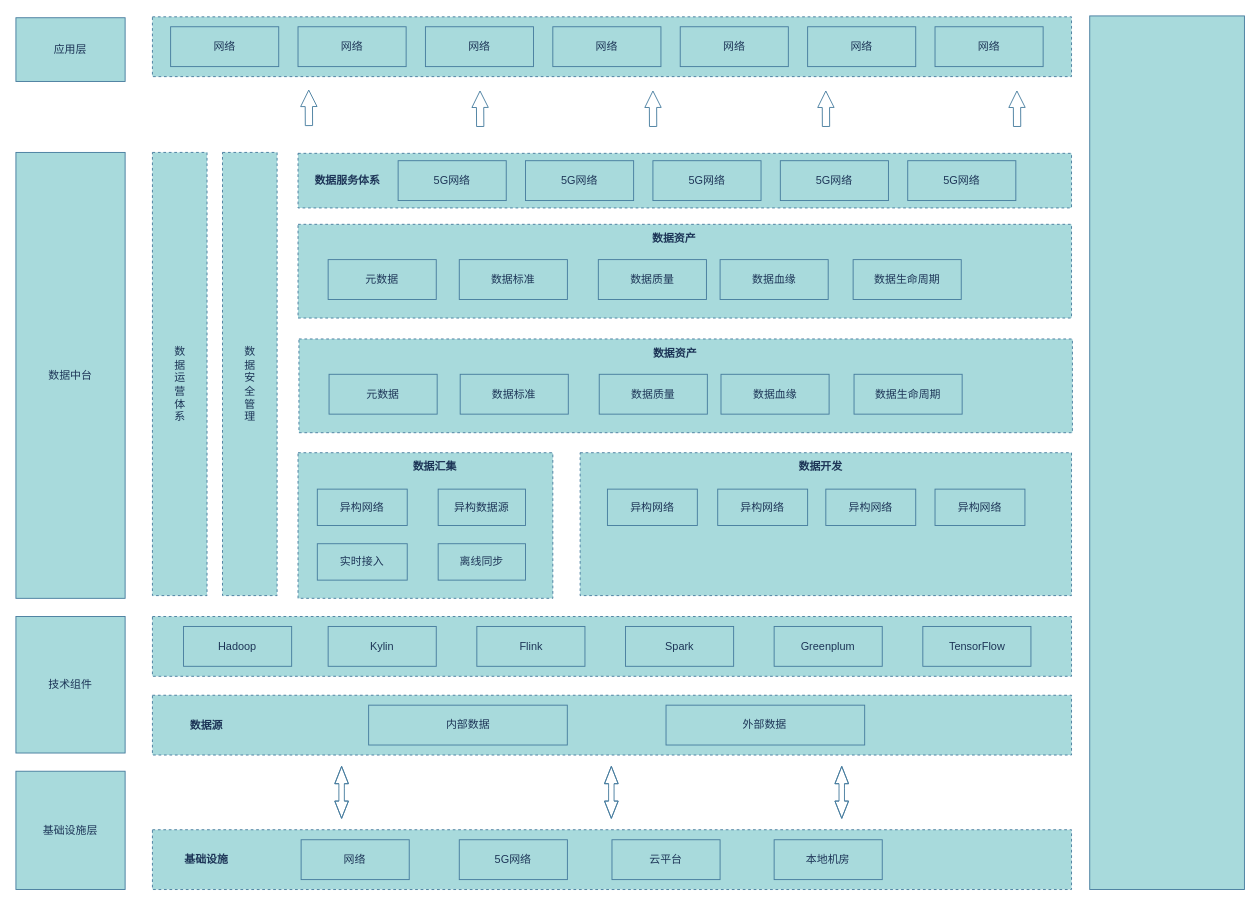
huyunzhen/diagrams keeps this draw.io diagram as page "数据中台技术架构图-1" (1 of 2) of 数据中台技术架构图.drawio. Above is the earlier version. Source tidied: cells renumbered, new cells numbered last; positions are measured from the earlier drawing's top-left corner, leaving out a move shared by most shapes. Both pictures are drawn from the tidied source at 91%, with x=0, y=0 at pixel (15, 15).
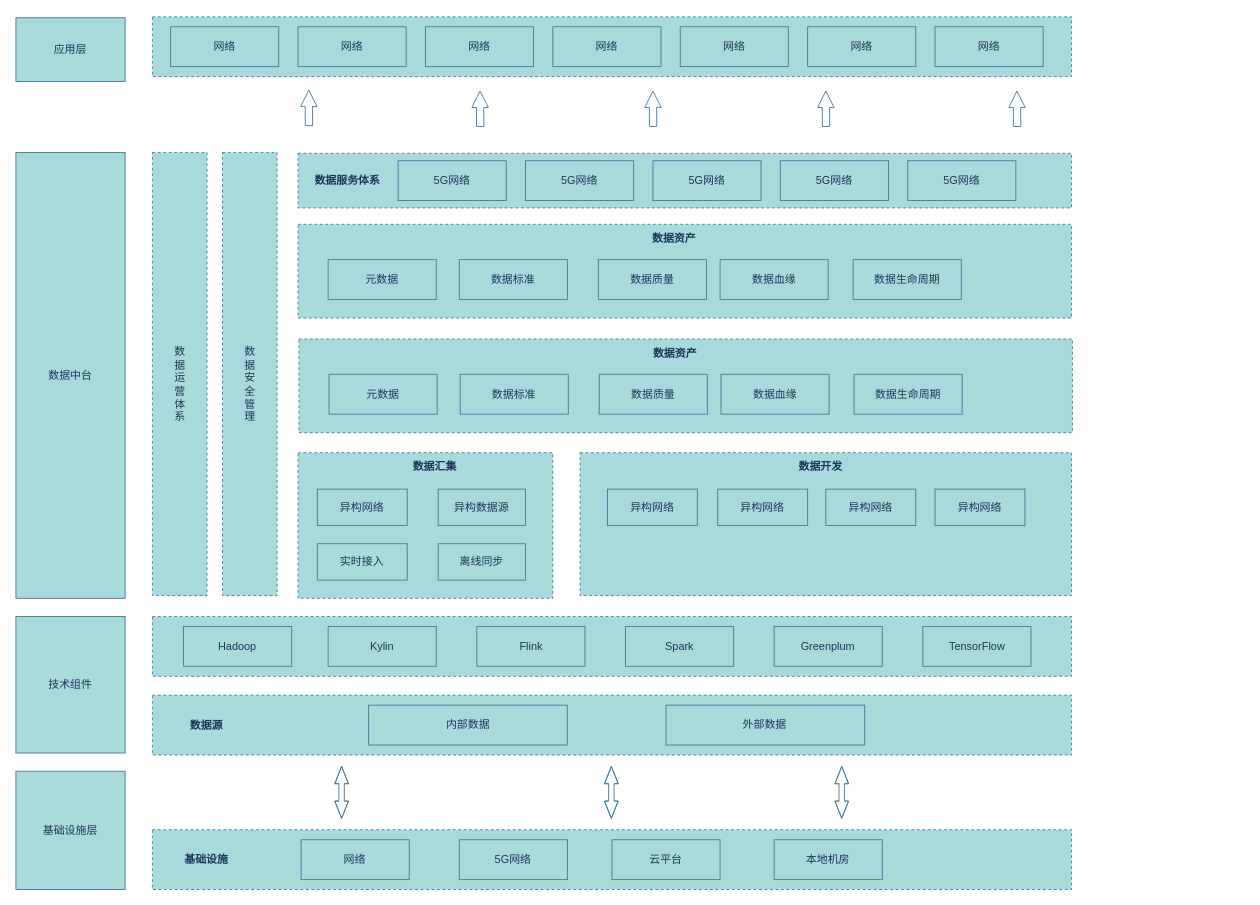
Above is the later version.

Diff of the diagram source:
```diff
@@
-    <mxCell id="65" style="rounded=0;whiteSpace=wrap;html=1;labelBackgroundColor=none;fillColor=#A8DADC;strokeColor=#457B9D;fontColor=#1D3557;" parent="1" vertex="1">
-      <mxGeometry x="1180" width="170" height="960" as="geometry" />
-    </mxCell>
```
